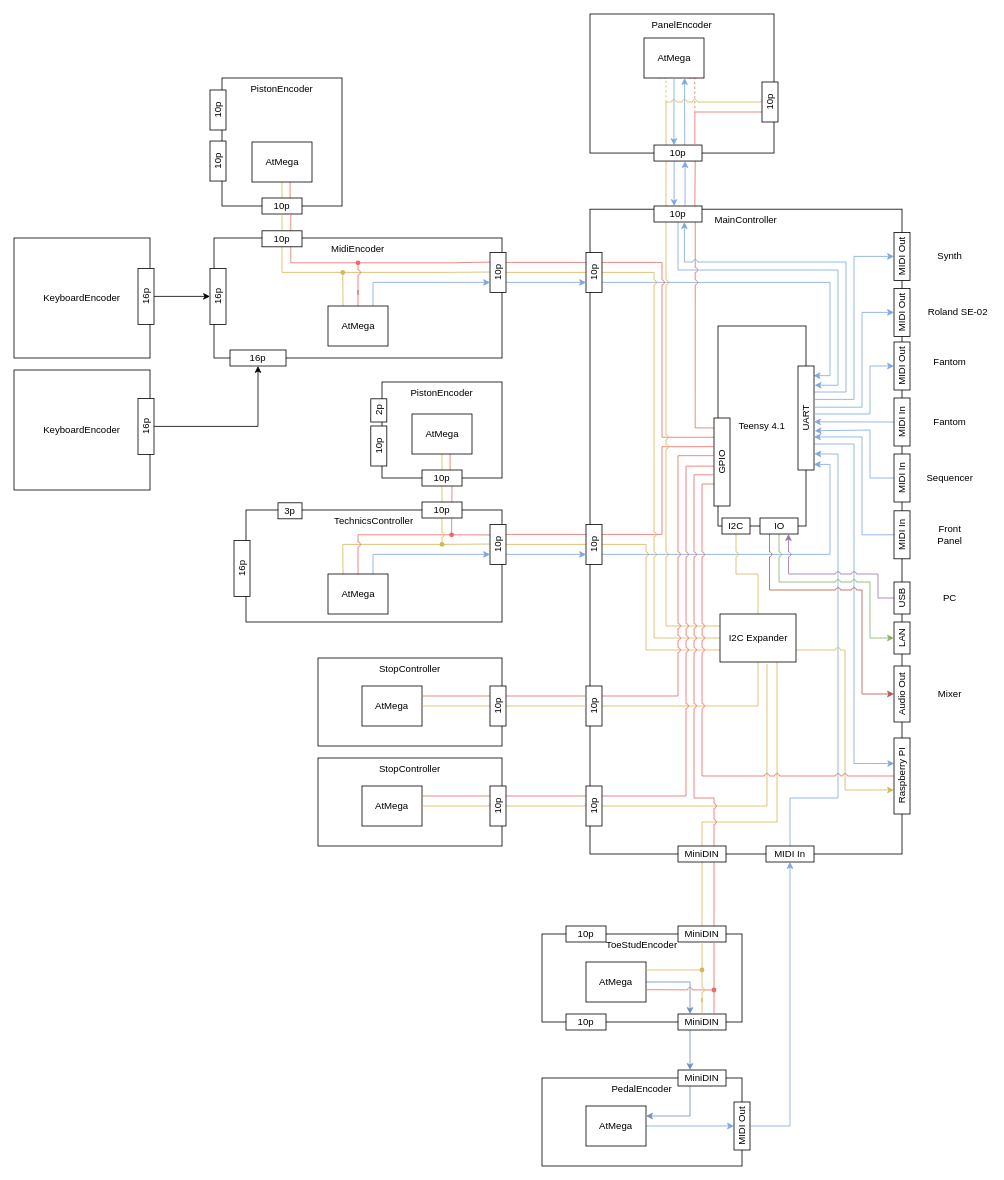
The draw.io diagram page "Connectors" (2 of 3) of boards/Boards.drawio in stefanhepp/eOrgan, before the edit. Source tidied: cells renumbered, new cells numbered last; positions are measured from the earlier drawing's top-left corner, leaving out a move shared by most shapes. Both pictures are drawn from the tidied source at 80%, with x=0, y=0 at pixel (14, 14).
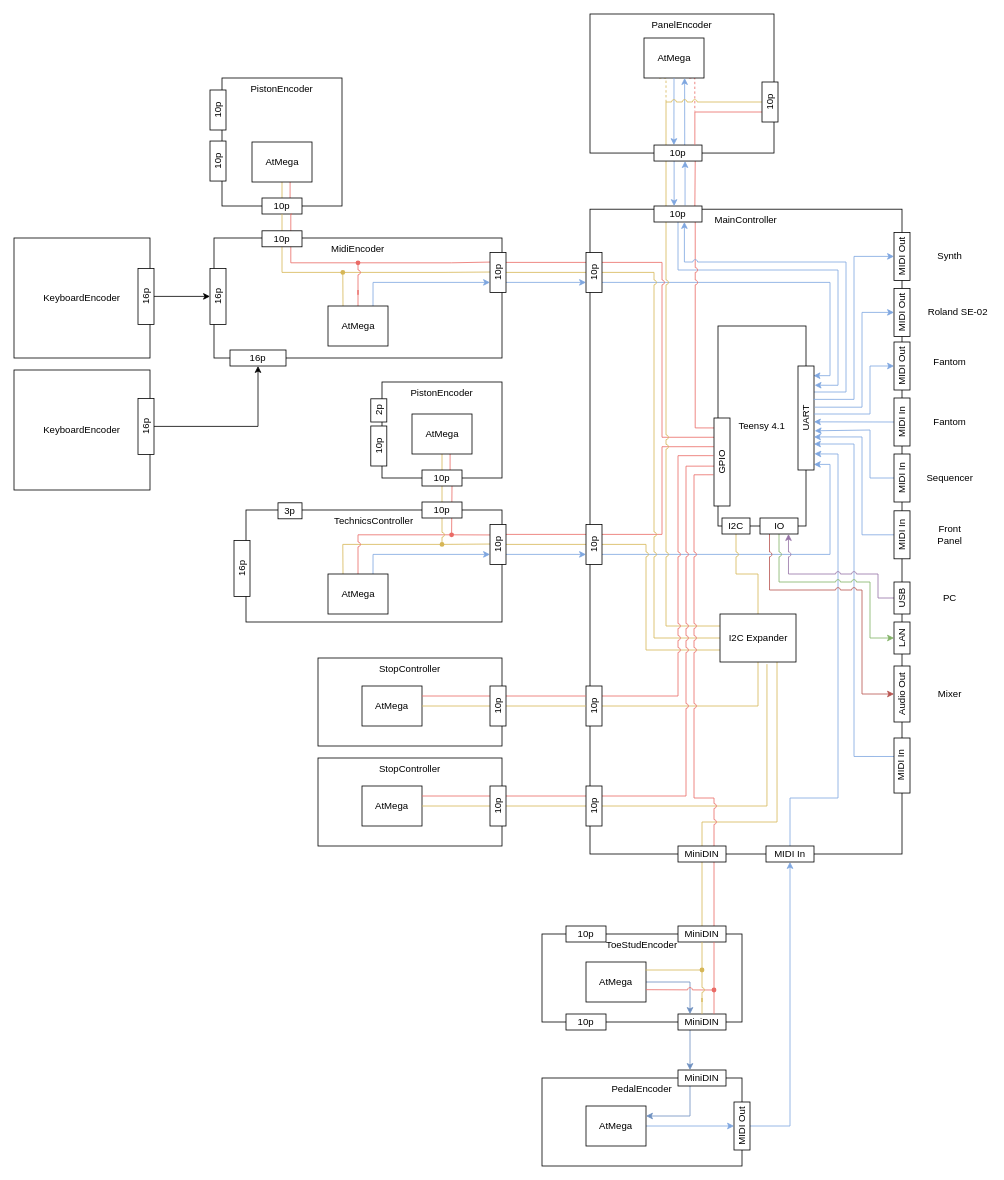
The same diagram, later.

The change refers to these unchanged cells:
```xml
<mxCell id="135" value="I2C Expander" style="rounded=0;whiteSpace=wrap;html=1;strokeColor=#000000;" parent="1" vertex="1">
  <mxGeometry x="882.5" y="750" width="95" height="60" as="geometry" />
</mxCell>
<mxCell id="139" value="GPIO" style="rounded=0;whiteSpace=wrap;html=1;rotation=-90;" parent="1" vertex="1">
  <mxGeometry x="830" y="550" width="110" height="20" as="geometry" />
</mxCell>
<mxCell id="142" value="UART" style="rounded=0;whiteSpace=wrap;html=1;rotation=-90;" parent="1" vertex="1">
  <mxGeometry x="925" y="495" width="130" height="20" as="geometry" />
</mxCell>
```

Change to the diagram source:
```diff
@@
-    <mxCell id="134" style="edgeStyle=orthogonalEdgeStyle;rounded=0;jumpStyle=arc;jettySize=auto;html=1;exitX=1;exitY=0.75;exitDx=0;exitDy=0;entryX=0.316;entryY=0;entryDx=0;entryDy=0;entryPerimeter=0;strokeColor=#d6b656;startArrow=none;startFill=0;endArrow=classic;endFill=1;fillColor=#fff2cc;" parent="1" edge="1" source="135" target="171">
-      <mxGeometry relative="1" as="geometry" />
-    </mxCell>
@@
-    <mxCell id="138" style="edgeStyle=orthogonalEdgeStyle;rounded=0;jumpStyle=arc;jettySize=auto;html=1;exitX=0.25;exitY=0;exitDx=0;exitDy=0;entryX=0.5;entryY=0;entryDx=0;entryDy=0;strokeColor=#EA6B66;startArrow=none;startFill=0;endArrow=none;endFill=0;fillColor=#f8cecc;" parent="1" edge="1" source="139" target="171">
-      <mxGeometry relative="1" as="geometry">
-        <Array as="points">
-          <mxPoint x="860" y="588" />
-          <mxPoint x="860" y="952" />
-        </Array>
-      </mxGeometry>
-    </mxCell>
@@
-    <mxCell id="141" style="edgeStyle=orthogonalEdgeStyle;rounded=0;jumpStyle=arc;jettySize=auto;html=1;exitX=0.25;exitY=1;exitDx=0;exitDy=0;entryX=0.664;entryY=0.016;entryDx=0;entryDy=0;entryPerimeter=0;strokeColor=#7EA6E0;startArrow=none;startFill=0;endArrow=classic;endFill=1;fillColor=#EA6B66;" parent="1" edge="1" source="142" target="171">
+    <mxCell id="141" style="edgeStyle=orthogonalEdgeStyle;rounded=0;jumpStyle=arc;jettySize=auto;html=1;exitX=0.25;exitY=1;exitDx=0;exitDy=0;entryX=0.664;entryY=0.016;entryDx=0;entryDy=0;entryPerimeter=0;strokeColor=#7EA6E0;startArrow=classic;startFill=1;endArrow=none;endFill=0;fillColor=#EA6B66;" parent="1" edge="1" source="142" target="171">
       <mxGeometry relative="1" as="geometry" />
     </mxCell>
@@
-    <mxCell id="171" value="Raspberry PI" style="rounded=0;whiteSpace=wrap;html=1;rotation=-90;" parent="1" vertex="1">
-      <mxGeometry x="1062.5" y="942.5" width="95" height="20" as="geometry" />
+    <mxCell id="171" value="MIDI In" style="rounded=0;whiteSpace=wrap;html=1;rotation=-90;" parent="1" vertex="1">
+      <mxGeometry x="1075.6" y="929.4" width="68.8" height="20" as="geometry" />
     </mxCell>
```
